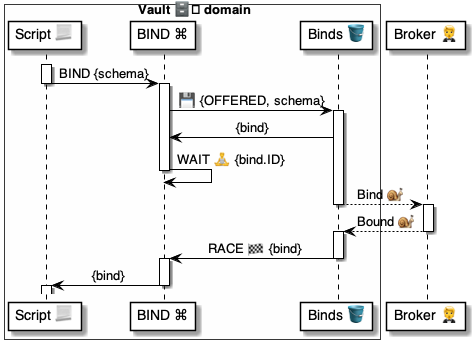
Earlier version of the PlantUML export 4 ⚙️ Solution/41 🎭 Domain Roles/Vaults 🗄️/🗄️⌘ Vault cmds/BIND 🔗/🔗 BIND ⚙️ uml.png (pollyweb-org/pollyweb-docs). Its source is kept beside it as 4 ⚙️ Solution/41 🎭 Domain Roles/Vaults 🗄️/🗄️⌘ Vault cmds/BIND 🔗/🔗 BIND ⚙️ uml.puml.
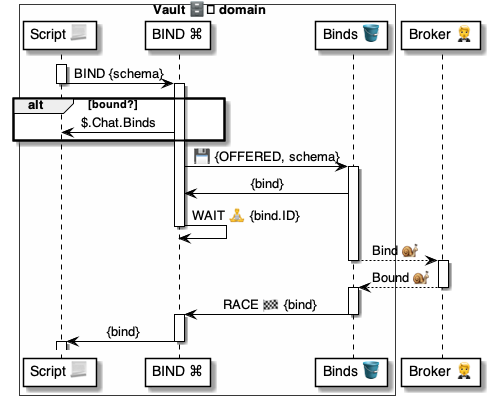
The same diagram one commit later.

What changed in the source:
```diff
@@ -15,6 +15,11 @@
 deactivate script
 
 activate bind
+
+    alt bound?
+        bind -> script: $.Chat.Binds
+    end alt
+
     bind -> binds: 💾 {OFFERED, schema}
 activate binds
     binds -> bind: {bind}
```
